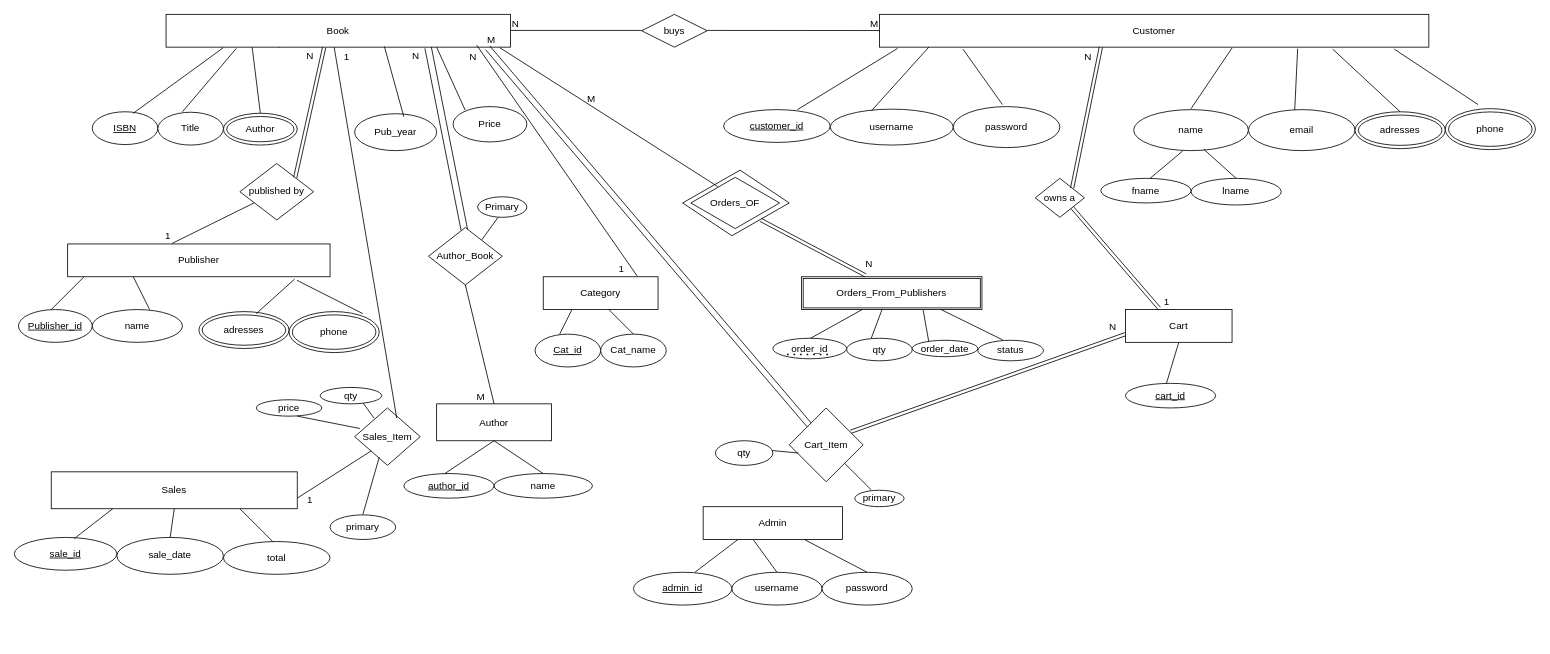
Above: db-proj.drawio in OmarEzz2005/Book_store (draw.io), before the change. Source tidied: cells renumbered, new cells numbered last; positions are measured from the earlier drawing's top-left corner, leaving out a move shared by most shapes. Both pictures are drawn from the tidied source at 82%, with x=0, y=0 at pixel (14, 14).
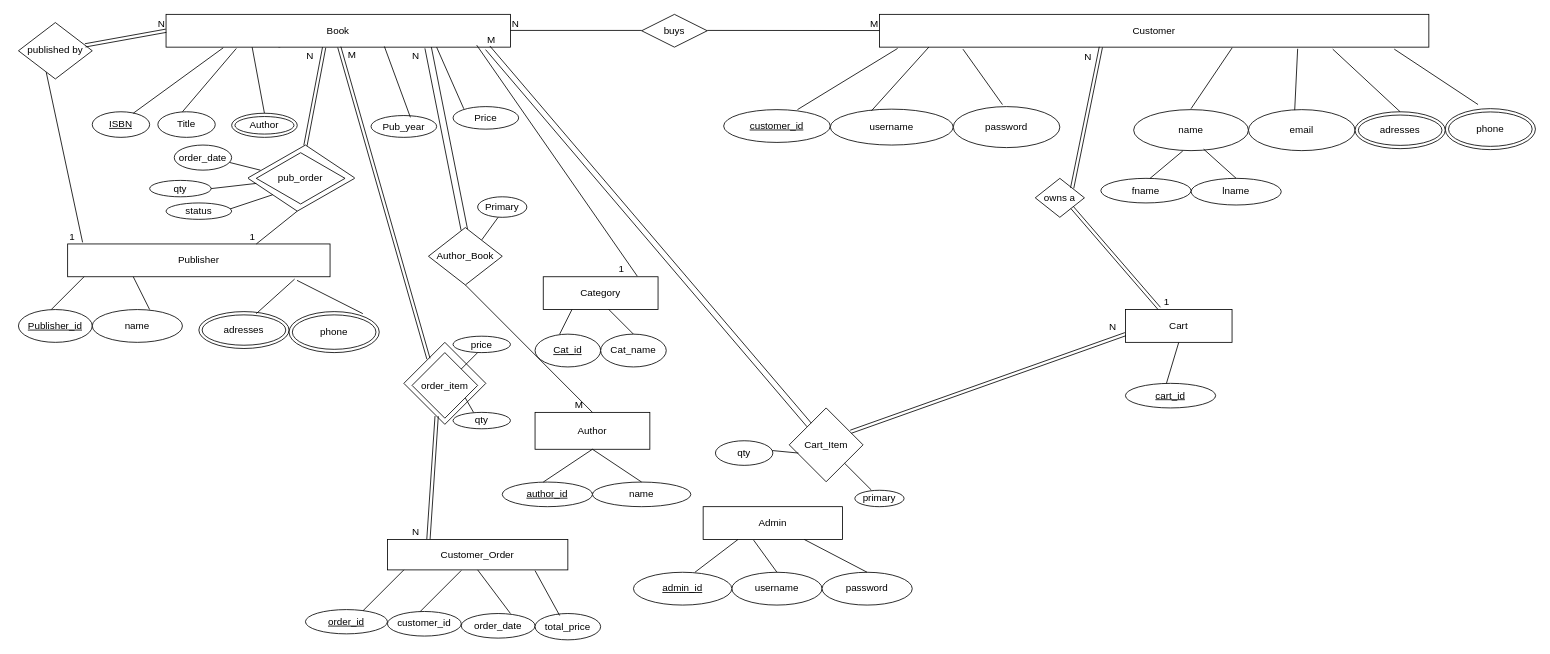
The same diagram, later.

The change refers to these unchanged cells:
```xml
<mxCell id="9" value="Book" style="rounded=0;whiteSpace=wrap;html=1;" parent="1" vertex="1">
  <mxGeometry x="185" width="420" height="40" as="geometry" />
</mxCell>
<mxCell id="17" value="Publisher" style="rounded=0;whiteSpace=wrap;html=1;" parent="1" vertex="1">
  <mxGeometry x="65" y="280" width="320" height="40" as="geometry" />
</mxCell>
<mxCell id="123" style="shape=link;html=1;rounded=0;width=6.842105263157894;exitX=0.934;exitY=1.02;exitDx=0;exitDy=0;exitPerimeter=0;" parent="1" edge="1" source="9" target="94">
  <mxGeometry relative="1" as="geometry" />
</mxCell>
```

What changed in the source:
```diff
@@
     <mxCell id="2" value="&lt;font&gt;&lt;u&gt;ISBN&lt;/u&gt;&lt;/font&gt;" style="ellipse;whiteSpace=wrap;html=1;" parent="1" vertex="1">
-      <mxGeometry x="95" y="118.8" width="80" height="40" as="geometry" />
+      <mxGeometry x="95" y="118.8" width="70" height="31.2" as="geometry" />
     </mxCell>
     <mxCell id="3" value="Title" style="ellipse;whiteSpace=wrap;html=1;" parent="1" vertex="1">
-      <mxGeometry x="175" y="119.4" width="80" height="40" as="geometry" />
+      <mxGeometry x="175" y="118.8" width="70" height="31.2" as="geometry" />
     </mxCell>
     <mxCell id="4" value="Price" style="ellipse;whiteSpace=wrap;html=1;" parent="1" vertex="1">
-      <mxGeometry x="535" y="112.5" width="90" height="43.1" as="geometry" />
+      <mxGeometry x="535" y="112.5" width="80" height="27.5" as="geometry" />
     </mxCell>
     <mxCell id="5" value="Author" style="ellipse;shape=doubleEllipse;whiteSpace=wrap;html=1;" parent="1" vertex="1">
-      <mxGeometry x="255" y="120.6" width="90" height="38.8" as="geometry" />
+      <mxGeometry x="265" y="120.6" width="80" height="29.4" as="geometry" />
     </mxCell>
     <mxCell id="6" value="Pub_year" style="ellipse;whiteSpace=wrap;html=1;" parent="1" vertex="1">
-      <mxGeometry x="415" y="121.2" width="100" height="45" as="geometry" />
+      <mxGeometry x="435" y="123.4" width="80" height="26.6" as="geometry" />
     </mxCell>
@@
     <mxCell id="47" value="Author" style="rounded=0;whiteSpace=wrap;html=1;" parent="1" vertex="1">
-      <mxGeometry x="515" y="475" width="140" height="45" as="geometry" />
+      <mxGeometry x="635" y="485.4" width="140" height="45" as="geometry" />
     </mxCell>
     <mxCell id="48" value="name" style="ellipse;whiteSpace=wrap;html=1;" parent="1" vertex="1">
-      <mxGeometry x="585" y="560" width="120" height="30" as="geometry" />
+      <mxGeometry x="705" y="570.4" width="120" height="30" as="geometry" />
     </mxCell>
     <mxCell id="49" value="&lt;u&gt;author_id&lt;/u&gt;" style="ellipse;whiteSpace=wrap;html=1;" parent="1" vertex="1">
-      <mxGeometry x="475" y="560" width="110" height="30" as="geometry" />
+      <mxGeometry x="595" y="570.4" width="110" height="30" as="geometry" />
     </mxCell>
     <mxCell id="50" style="endArrow=none;html=1;rounded=0;" parent="1" edge="1">
       <mxGeometry relative="1" as="geometry">
-        <mxPoint x="525" y="560" as="sourcePoint" />
-        <mxPoint x="585" y="520" as="targetPoint" />
+        <mxPoint x="645" y="570.4" as="sourcePoint" />
+        <mxPoint x="705" y="530.4" as="targetPoint" />
       </mxGeometry>
     </mxCell>
     <mxCell id="51" style="endArrow=none;html=1;rounded=0;entryX=0.5;entryY=1;entryDx=0;entryDy=0;" parent="1" edge="1" target="47">
       <mxGeometry relative="1" as="geometry">
-        <mxPoint x="645" y="560" as="sourcePoint" />
+        <mxPoint x="765" y="570.4" as="sourcePoint" />
       </mxGeometry>
     </mxCell>
@@
-    <mxCell id="59" value="published by" style="rhombus;whiteSpace=wrap;html=1;" parent="1" vertex="1">
-      <mxGeometry x="275" y="181.9" width="90" height="68.8" as="geometry" />
-    </mxCell>
@@
-    <mxCell id="77" value="Orders_From_Publishers" style="shape=ext;double=1;rounded=0;whiteSpace=wrap;html=1;" parent="1" vertex="1">
-      <mxGeometry x="960" y="320" width="220" height="40" as="geometry" />
-    </mxCell>
-    <mxCell id="78" style="endArrow=none;html=1;rounded=0;entryX=0.456;entryY=0.11;entryDx=0;entryDy=0;entryPerimeter=0;" parent="1" edge="1" source="77" target="79">
-      <mxGeometry relative="1" as="geometry" />
-    </mxCell>
-    <mxCell id="79" value="order_id" style="ellipse;whiteSpace=wrap;html=1;" parent="1" vertex="1">
-      <mxGeometry x="925" y="395" width="90" height="25" as="geometry" />
-    </mxCell>
-    <mxCell id="80" style="endArrow=none;dashed=1;html=1;dashPattern=1 3;strokeWidth=2;rounded=0;" parent="1" edge="1">
-      <mxGeometry relative="1" as="geometry">
-        <mxPoint x="942.2" y="414.8" as="sourcePoint" />
-        <mxPoint x="997.8" y="414.8" as="targetPoint" />
-      </mxGeometry>
-    </mxCell>
-    <mxCell id="81" style="endArrow=none;html=1;rounded=0;entryX=0.447;entryY=0.986;entryDx=0;entryDy=0;entryPerimeter=0;" parent="1" edge="1" target="77">
-      <mxGeometry relative="1" as="geometry">
-        <mxPoint x="1045" y="395" as="sourcePoint" />
-      </mxGeometry>
-    </mxCell>
-    <mxCell id="82" style="endArrow=none;html=1;rounded=0;exitX=0.36;exitY=-0.081;exitDx=0;exitDy=0;exitPerimeter=0;entryX=0.674;entryY=1.015;entryDx=0;entryDy=0;entryPerimeter=0;" parent="1" edge="1" target="77">
-      <mxGeometry relative="1" as="geometry">
-        <mxPoint x="1115.3" y="400" as="sourcePoint" />
-      </mxGeometry>
-    </mxCell>
-    <mxCell id="83" value="status" style="ellipse;whiteSpace=wrap;html=1;" parent="1" vertex="1">
-      <mxGeometry x="1175" y="397.5" width="80" height="25" as="geometry" />
-    </mxCell>
-    <mxCell id="84" value="qty" style="ellipse;whiteSpace=wrap;html=1;" parent="1" vertex="1">
-      <mxGeometry x="1015" y="395" width="80" height="27.5" as="geometry" />
-    </mxCell>
-    <mxCell id="85" value="order_date" style="ellipse;whiteSpace=wrap;html=1;" parent="1" vertex="1">
-      <mxGeometry x="1095" y="397.5" width="80" height="20" as="geometry" />
-    </mxCell>
-    <mxCell id="86" style="endArrow=none;html=1;rounded=0;exitX=0.38;exitY=-0.018;exitDx=0;exitDy=0;exitPerimeter=0;entryX=0.773;entryY=1;entryDx=0;entryDy=0;entryPerimeter=0;" parent="1" edge="1" source="83" target="77">
-      <mxGeometry relative="1" as="geometry" />
-    </mxCell>
-    <mxCell id="87" value="Orders_OF" style="html=1;whiteSpace=wrap;shape=isoRectangle;" parent="1" vertex="1">
-      <mxGeometry x="825" y="197.5" width="108.3" height="65" as="geometry" />
+    <mxCell id="87" value="pub_order" style="html=1;whiteSpace=wrap;shape=isoRectangle;" parent="1" vertex="1">
+      <mxGeometry x="295" y="167.5" width="108.3" height="65" as="geometry" />
     </mxCell>
-    <mxCell id="88" style="endArrow=none;html=1;rounded=0;entryX=0.963;entryY=1.02;entryDx=0;entryDy=0;entryPerimeter=0;exitX=0.277;exitY=0.231;exitDx=0;exitDy=0;exitPerimeter=0;" parent="1" edge="1">
-      <mxGeometry relative="1" as="geometry">
-        <mxPoint x="857.8" y="210" as="sourcePoint" />
-        <mxPoint x="592.2" y="40.8" as="targetPoint" />
-      </mxGeometry>
-    </mxCell>
-    <mxCell id="89" value="N" style="html=1;whiteSpace=wrap;align=right;verticalAlign=bottom;" parent="88" vertex="1">
-      <mxGeometry x="1" relative="1" as="geometry">
-        <mxPoint x="-27" y="19" as="offset" />
-      </mxGeometry>
-    </mxCell>
     <mxCell id="90" style="endArrow=none;html=1;rounded=0;" parent="1" edge="1">
       <mxGeometry relative="1" as="geometry">
-        <mxPoint x="945" y="230" as="sourcePoint" />
-        <mxPoint x="885" y="190" as="targetPoint" />
+        <mxPoint x="415" y="199.4" as="sourcePoint" />
+        <mxPoint x="355" y="159.4" as="targetPoint" />
       </mxGeometry>
     </mxCell>
     <mxCell id="91" style="endArrow=none;html=1;rounded=0;" parent="1" edge="1">
       <mxGeometry relative="1" as="geometry">
-        <mxPoint x="875" y="270" as="sourcePoint" />
-        <mxPoint x="945" y="230" as="targetPoint" />
+        <mxPoint x="345" y="240" as="sourcePoint" />
+        <mxPoint x="415" y="200" as="targetPoint" />
       </mxGeometry>
     </mxCell>
     <mxCell id="92" style="endArrow=none;html=1;rounded=0;" parent="1" edge="1">
       <mxGeometry relative="1" as="geometry">
-        <mxPoint x="815" y="230" as="sourcePoint" />
-        <mxPoint x="885" y="190" as="targetPoint" />
+        <mxPoint x="285" y="199.4" as="sourcePoint" />
+        <mxPoint x="355" y="159.4" as="targetPoint" />
       </mxGeometry>
     </mxCell>
     <mxCell id="93" style="endArrow=none;html=1;rounded=0;" parent="1" edge="1">
       <mxGeometry relative="1" as="geometry">
-        <mxPoint x="875" y="270" as="sourcePoint" />
-        <mxPoint x="815" y="230" as="targetPoint" />
+        <mxPoint x="345" y="240" as="sourcePoint" />
+        <mxPoint x="285" y="200" as="targetPoint" />
       </mxGeometry>
     </mxCell>
@@
-    <mxCell id="99" value="Sales" style="rounded=0;whiteSpace=wrap;html=1;" parent="1" vertex="1">
-      <mxGeometry x="45" y="557.9" width="300" height="45" as="geometry" />
-    </mxCell>
-    <mxCell id="100" value="total" style="ellipse;whiteSpace=wrap;html=1;" parent="1" vertex="1">
-      <mxGeometry x="255" y="642.9" width="130" height="40" as="geometry" />
-    </mxCell>
-    <mxCell id="101" value="sale_date" style="ellipse;whiteSpace=wrap;html=1;" parent="1" vertex="1">
-      <mxGeometry x="125" y="637.9" width="130" height="45" as="geometry" />
-    </mxCell>
-    <mxCell id="102" value="&lt;u&gt;sale_id&lt;/u&gt;" style="ellipse;whiteSpace=wrap;html=1;" parent="1" vertex="1">
-      <mxGeometry y="637.9" width="125" height="40" as="geometry" />
-    </mxCell>
-    <mxCell id="103" style="endArrow=none;html=1;rounded=0;entryX=0.25;entryY=1;entryDx=0;entryDy=0;exitX=0.5;exitY=0;exitDx=0;exitDy=0;" parent="1" edge="1" target="99">
-      <mxGeometry relative="1" as="geometry">
-        <mxPoint x="73" y="639.4" as="sourcePoint" />
-      </mxGeometry>
-    </mxCell>
-    <mxCell id="104" style="endArrow=none;html=1;rounded=0;exitX=0.5;exitY=0;exitDx=0;exitDy=0;entryX=0.5;entryY=1;entryDx=0;entryDy=0;" parent="1" edge="1" source="101" target="99">
-      <mxGeometry relative="1" as="geometry" />
-    </mxCell>
-    <mxCell id="105" style="endArrow=none;html=1;rounded=0;exitX=0.462;exitY=0;exitDx=0;exitDy=0;exitPerimeter=0;" parent="1" edge="1" source="100">
-      <mxGeometry relative="1" as="geometry">
-        <mxPoint x="275" y="602.9" as="targetPoint" />
-      </mxGeometry>
-    </mxCell>
-    <mxCell id="106" style="endArrow=none;html=1;rounded=0;entryX=0.398;entryY=-0.016;entryDx=0;entryDy=0;entryPerimeter=0;" parent="1" edge="1" source="59" target="17">
-      <mxGeometry relative="1" as="geometry" />
+    <mxCell id="106" style="endArrow=none;html=1;rounded=0;entryX=0.719;entryY=0;entryDx=0;entryDy=0;entryPerimeter=0;" parent="1" edge="1" target="17">
+      <mxGeometry relative="1" as="geometry">
+        <mxPoint x="345" y="240" as="sourcePoint" />
+      </mxGeometry>
     </mxCell>
@@
-    <mxCell id="108" value="Sales_Item" style="rhombus;whiteSpace=wrap;html=1;" parent="1" vertex="1">
-      <mxGeometry x="415" y="480" width="80" height="70" as="geometry" />
-    </mxCell>
-    <mxCell id="109" style="endArrow=none;html=1;rounded=0;entryX=0.5;entryY=1;entryDx=0;entryDy=0;exitX=0.642;exitY=0.178;exitDx=0;exitDy=0;exitPerimeter=0;" parent="1" edge="1" source="108">
-      <mxGeometry relative="1" as="geometry">
-        <mxPoint x="390" y="40" as="targetPoint" />
-      </mxGeometry>
-    </mxCell>
-    <mxCell id="110" value="1" style="html=1;whiteSpace=wrap;align=right;verticalAlign=bottom;" parent="109" vertex="1">
-      <mxGeometry x="1" relative="1" as="geometry">
-        <mxPoint x="20" y="20" as="offset" />
-      </mxGeometry>
-    </mxCell>
-    <mxCell id="111" style="endArrow=none;html=1;rounded=0;entryX=1;entryY=0.5;entryDx=0;entryDy=0;exitX=0;exitY=1;exitDx=0;exitDy=0;" parent="1" edge="1" source="108">
-      <mxGeometry relative="1" as="geometry">
-        <mxPoint x="345" y="590" as="targetPoint" />
-      </mxGeometry>
-    </mxCell>
-    <mxCell id="112" value="1" style="html=1;whiteSpace=wrap;align=right;verticalAlign=bottom;" parent="111" vertex="1">
-      <mxGeometry x="1" relative="1" as="geometry">
-        <mxPoint x="20" y="11" as="offset" />
-      </mxGeometry>
-    </mxCell>
-    <mxCell id="113" style="endArrow=none;html=1;rounded=0;exitX=0.297;exitY=0.18;exitDx=0;exitDy=0;exitPerimeter=0;" parent="1" edge="1" source="108">
-      <mxGeometry relative="1" as="geometry">
-        <mxPoint x="422.5" y="470" as="targetPoint" />
-      </mxGeometry>
-    </mxCell>
-    <mxCell id="114" style="endArrow=none;html=1;rounded=0;exitX=0.08;exitY=0.358;exitDx=0;exitDy=0;exitPerimeter=0;" parent="1" edge="1" source="108">
-      <mxGeometry relative="1" as="geometry">
-        <mxPoint x="345" y="490" as="targetPoint" />
-      </mxGeometry>
-    </mxCell>
-    <mxCell id="115" style="endArrow=none;html=1;rounded=0;" parent="1" edge="1">
-      <mxGeometry relative="1" as="geometry">
-        <mxPoint x="425" y="610" as="sourcePoint" />
-        <mxPoint x="445" y="540" as="targetPoint" />
-      </mxGeometry>
-    </mxCell>
-    <mxCell id="116" value="primary" style="ellipse;whiteSpace=wrap;html=1;" parent="1" vertex="1">
-      <mxGeometry x="385" y="610.4" width="80" height="30" as="geometry" />
-    </mxCell>
-    <mxCell id="117" value="qty" style="ellipse;whiteSpace=wrap;html=1;" parent="1" vertex="1">
-      <mxGeometry x="373" y="455" width="75" height="20" as="geometry" />
-    </mxCell>
-    <mxCell id="118" value="price" style="ellipse;whiteSpace=wrap;html=1;direction=west;" parent="1" vertex="1">
-      <mxGeometry x="295" y="470" width="80" height="20" as="geometry" />
-    </mxCell>
-    <mxCell id="119" style="shape=link;html=1;rounded=0;entryX=0.459;entryY=1.01;entryDx=0;entryDy=0;entryPerimeter=0;exitX=1;exitY=0;exitDx=0;exitDy=0;" parent="1" edge="1" source="59" target="9">
-      <mxGeometry relative="1" as="geometry" />
+    <mxCell id="119" style="shape=link;html=1;rounded=0;entryX=0.459;entryY=1.01;entryDx=0;entryDy=0;entryPerimeter=0;" parent="1" edge="1" target="9">
+      <mxGeometry relative="1" as="geometry">
+        <mxPoint x="355" y="160" as="sourcePoint" />
+      </mxGeometry>
     </mxCell>
@@
-    <mxCell id="124" value="M" style="html=1;whiteSpace=wrap;align=left;verticalAlign=bottom;" parent="123" vertex="1">
-      <mxGeometry x="-1" relative="1" as="geometry">
-        <mxPoint x="120" y="70" as="offset" />
-      </mxGeometry>
-    </mxCell>
@@
-    <mxCell id="128" style="shape=link;html=1;rounded=0;entryX=0.354;entryY=-0.044;entryDx=0;entryDy=0;entryPerimeter=0;" parent="1" edge="1" target="77">
-      <mxGeometry relative="1" as="geometry">
-        <mxPoint x="910" y="250.6" as="sourcePoint" />
-      </mxGeometry>
-    </mxCell>
-    <mxCell id="129" value="N" style="html=1;whiteSpace=wrap;align=right;verticalAlign=bottom;" parent="128" vertex="1">
-      <mxGeometry x="1" relative="1" as="geometry">
-        <mxPoint x="10" y="-6" as="offset" />
-      </mxGeometry>
-    </mxCell>
@@
+    <mxCell id="137" value="Customer_Order" style="rounded=0;whiteSpace=wrap;html=1;" parent="1" vertex="1">
+      <mxGeometry x="455" y="640.4" width="220" height="37.1" as="geometry" />
+    </mxCell>
+    <mxCell id="79" value="&lt;u&gt;order_id&lt;/u&gt;" style="ellipse;whiteSpace=wrap;html=1;" parent="1" vertex="1">
+      <mxGeometry x="355" y="725.9" width="100" height="29.6" as="geometry" />
+    </mxCell>
+    <mxCell id="138" value="order_date" style="ellipse;whiteSpace=wrap;html=1;" parent="1" vertex="1">
+      <mxGeometry x="545" y="730.7" width="90" height="30" as="geometry" />
+    </mxCell>
+    <mxCell id="139" value="total_price" style="ellipse;whiteSpace=wrap;html=1;" parent="1" vertex="1">
+      <mxGeometry x="635" y="730.7" width="80" height="32.1" as="geometry" />
+    </mxCell>
+    <mxCell id="140" value="customer_id" style="ellipse;whiteSpace=wrap;html=1;" parent="1" vertex="1">
+      <mxGeometry x="455" y="728.2" width="90" height="30" as="geometry" />
+    </mxCell>
+    <mxCell id="141" style="endArrow=none;html=1;rounded=0;" parent="1" edge="1">
+      <mxGeometry relative="1" as="geometry">
+        <mxPoint x="425" y="727.5" as="sourcePoint" />
+        <mxPoint x="475" y="677.5" as="targetPoint" />
+      </mxGeometry>
+    </mxCell>
+    <mxCell id="142" style="endArrow=none;html=1;rounded=0;" parent="1" edge="1">
+      <mxGeometry relative="1" as="geometry">
+        <mxPoint x="495" y="728.2" as="sourcePoint" />
+        <mxPoint x="545" y="678.2" as="targetPoint" />
+      </mxGeometry>
+    </mxCell>
+    <mxCell id="143" style="endArrow=none;html=1;rounded=0;entryX=0.5;entryY=1;entryDx=0;entryDy=0;" parent="1" edge="1" target="137">
+      <mxGeometry relative="1" as="geometry">
+        <mxPoint x="605" y="730.7" as="sourcePoint" />
+      </mxGeometry>
+    </mxCell>
+    <mxCell id="144" style="endArrow=none;html=1;rounded=0;" parent="1" edge="1">
+      <mxGeometry relative="1" as="geometry">
+        <mxPoint x="665" y="733.1" as="sourcePoint" />
+        <mxPoint x="635" y="678.4" as="targetPoint" />
+      </mxGeometry>
+    </mxCell>
+    <mxCell id="145" value="order_item" style="rhombus;whiteSpace=wrap;html=1;" parent="1" vertex="1">
+      <mxGeometry x="485" y="412.5" width="80" height="80" as="geometry" />
+    </mxCell>
+    <mxCell id="146" value="qty" style="ellipse;whiteSpace=wrap;html=1;" parent="1" vertex="1">
+      <mxGeometry x="535" y="485.4" width="70" height="20" as="geometry" />
+    </mxCell>
+    <mxCell id="147" style="endArrow=none;html=1;rounded=0;" parent="1" edge="1">
+      <mxGeometry relative="1" as="geometry">
+        <mxPoint x="560" y="485.4" as="sourcePoint" />
+        <mxPoint x="550" y="467.9" as="targetPoint" />
+      </mxGeometry>
+    </mxCell>
+    <mxCell id="148" style="endArrow=none;html=1;rounded=0;" parent="1" edge="1">
+      <mxGeometry relative="1" as="geometry">
+        <mxPoint x="545" y="432.5" as="sourcePoint" />
+        <mxPoint x="565" y="412.5" as="targetPoint" />
+      </mxGeometry>
+    </mxCell>
+    <mxCell id="118" value="price" style="ellipse;whiteSpace=wrap;html=1;" parent="1" vertex="1">
+      <mxGeometry x="535" y="392.5" width="70" height="20" as="geometry" />
+    </mxCell>
+    <mxCell id="149" style="endArrow=none;html=1;rounded=0;entryX=0.057;entryY=-0.048;entryDx=0;entryDy=0;entryPerimeter=0;exitX=0.376;exitY=0.878;exitDx=0;exitDy=0;exitPerimeter=0;" parent="1" edge="1" source="59" target="17">
+      <mxGeometry relative="1" as="geometry" />
+    </mxCell>
+    <mxCell id="150" value="1" style="html=1;whiteSpace=wrap;align=right;verticalAlign=bottom;" parent="149" vertex="1">
+      <mxGeometry x="1" relative="1" as="geometry">
+        <mxPoint x="-8" y="2" as="offset" />
+      </mxGeometry>
+    </mxCell>
+    <mxCell id="59" value="published by" style="rhombus;whiteSpace=wrap;html=1;" parent="1" vertex="1">
+      <mxGeometry x="5" y="10" width="90" height="68.8" as="geometry" />
+    </mxCell>
+    <mxCell id="151" style="shape=link;html=1;rounded=0;entryX=0;entryY=0.5;entryDx=0;entryDy=0;" parent="1" edge="1" source="59" target="9">
+      <mxGeometry relative="1" as="geometry" />
+    </mxCell>
+    <mxCell id="152" value="N" style="html=1;whiteSpace=wrap;align=right;verticalAlign=bottom;" parent="151" vertex="1">
+      <mxGeometry x="1" relative="1" as="geometry" />
+    </mxCell>
+    <mxCell id="153" style="endArrow=none;html=1;rounded=0;" parent="1" edge="1">
+      <mxGeometry relative="1" as="geometry">
+        <mxPoint x="300" y="190" as="sourcePoint" />
+        <mxPoint x="260" y="180" as="targetPoint" />
+      </mxGeometry>
+    </mxCell>
+    <mxCell id="154" value="order_date" style="ellipse;whiteSpace=wrap;html=1;" parent="1" vertex="1">
+      <mxGeometry x="195" y="159.4" width="70" height="30.6" as="geometry" />
+    </mxCell>
+    <mxCell id="155" value="qty" style="ellipse;whiteSpace=wrap;html=1;" parent="1" vertex="1">
+      <mxGeometry x="165" y="202.5" width="75" height="20" as="geometry" />
+    </mxCell>
+    <mxCell id="156" style="endArrow=none;html=1;rounded=0;entryX=1;entryY=0.5;entryDx=0;entryDy=0;" parent="1" edge="1" source="87" target="155">
+      <mxGeometry relative="1" as="geometry" />
+    </mxCell>
+    <mxCell id="157" style="endArrow=none;html=1;rounded=0;" parent="1" edge="1">
+      <mxGeometry relative="1" as="geometry">
+        <mxPoint x="255" y="240" as="sourcePoint" />
+        <mxPoint x="315" y="220" as="targetPoint" />
+      </mxGeometry>
+    </mxCell>
+    <mxCell id="83" value="status" style="ellipse;whiteSpace=wrap;html=1;" parent="1" vertex="1">
+      <mxGeometry x="185" y="230" width="80" height="20" as="geometry" />
+    </mxCell>
+    <mxCell id="158" style="shape=link;html=1;rounded=0;" parent="1" edge="1">
+      <mxGeometry relative="1" as="geometry">
+        <mxPoint x="515" y="490" as="sourcePoint" />
+        <mxPoint x="505" y="640" as="targetPoint" />
+      </mxGeometry>
+    </mxCell>
+    <mxCell id="159" style="html=1;whiteSpace=wrap;align=left;verticalAlign=bottom;" parent="158" vertex="1">
+      <mxGeometry x="-1" relative="1" as="geometry" />
+    </mxCell>
+    <mxCell id="160" value="N" style="html=1;whiteSpace=wrap;align=right;verticalAlign=bottom;" parent="158" vertex="1">
+      <mxGeometry x="1" relative="1" as="geometry">
+        <mxPoint x="-10" as="offset" />
+      </mxGeometry>
+    </mxCell>
+    <mxCell id="161" style="shape=link;html=1;rounded=0;exitX=0.503;exitY=1.052;exitDx=0;exitDy=0;exitPerimeter=0;" parent="1" edge="1">
+      <mxGeometry relative="1" as="geometry">
+        <mxPoint x="396.3" y="40" as="sourcePoint" />
+        <mxPoint x="505" y="420" as="targetPoint" />
+      </mxGeometry>
+    </mxCell>
+    <mxCell id="124" value="M" style="html=1;whiteSpace=wrap;align=left;verticalAlign=bottom;" parent="161" vertex="1">
+      <mxGeometry x="-1" relative="1" as="geometry">
+        <mxPoint x="9" y="18" as="offset" />
+      </mxGeometry>
+    </mxCell>
+    <mxCell id="162" style="html=1;whiteSpace=wrap;align=right;verticalAlign=bottom;" parent="161" vertex="1">
+      <mxGeometry x="1" relative="1" as="geometry" />
+    </mxCell>
+    <mxCell id="163" style="endArrow=none;html=1;rounded=0;" parent="1" edge="1">
+      <mxGeometry relative="1" as="geometry">
+        <mxPoint x="475" y="450" as="sourcePoint" />
+        <mxPoint x="525" y="400" as="targetPoint" />
+      </mxGeometry>
+    </mxCell>
+    <mxCell id="164" style="endArrow=none;html=1;rounded=0;" parent="1" edge="1">
+      <mxGeometry relative="1" as="geometry">
+        <mxPoint x="525" y="500" as="sourcePoint" />
+        <mxPoint x="575" y="450" as="targetPoint" />
+      </mxGeometry>
+    </mxCell>
+    <mxCell id="165" style="endArrow=none;html=1;rounded=0;" parent="1" edge="1">
+      <mxGeometry relative="1" as="geometry">
+        <mxPoint x="525" y="500" as="sourcePoint" />
+        <mxPoint x="475" y="450" as="targetPoint" />
+      </mxGeometry>
+    </mxCell>
+    <mxCell id="166" style="endArrow=none;html=1;rounded=0;" parent="1" edge="1">
+      <mxGeometry relative="1" as="geometry">
+        <mxPoint x="575" y="450" as="sourcePoint" />
+        <mxPoint x="525" y="400" as="targetPoint" />
+      </mxGeometry>
+    </mxCell>
```
